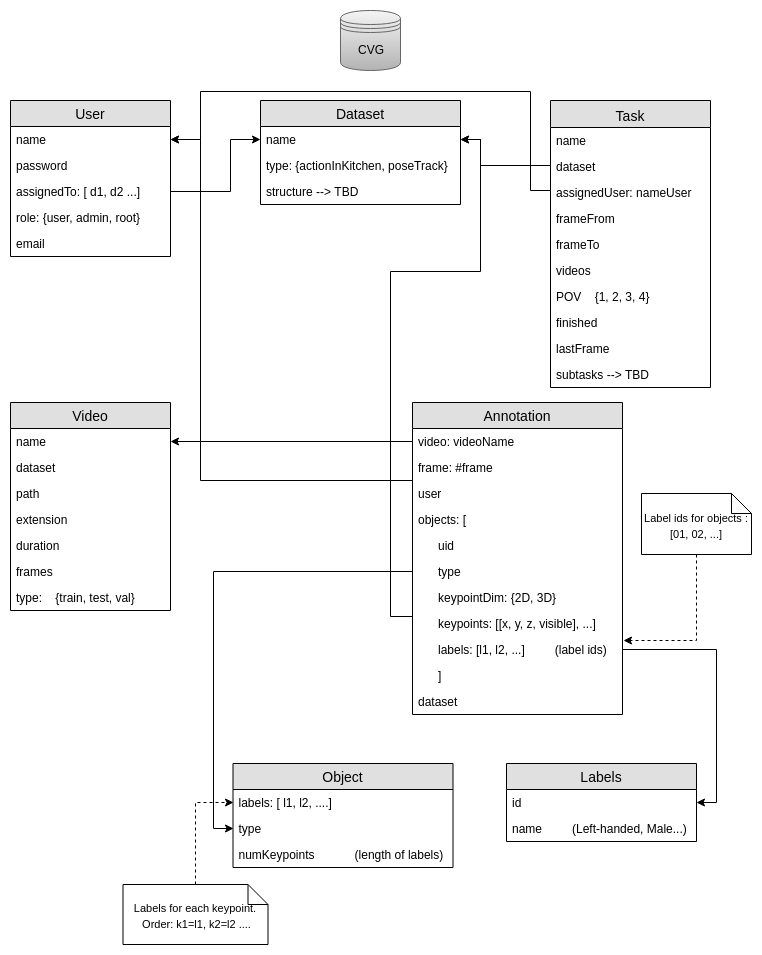
Before: images/CVG_BBDD.png, a diagram exported from draw.io (bonn-activity-maps/bam_annotation_tool). Source tidied: cells renumbered, new cells last; positions are measured from the earlier drawing's top-left corner, leaving out a move shared by most shapes.
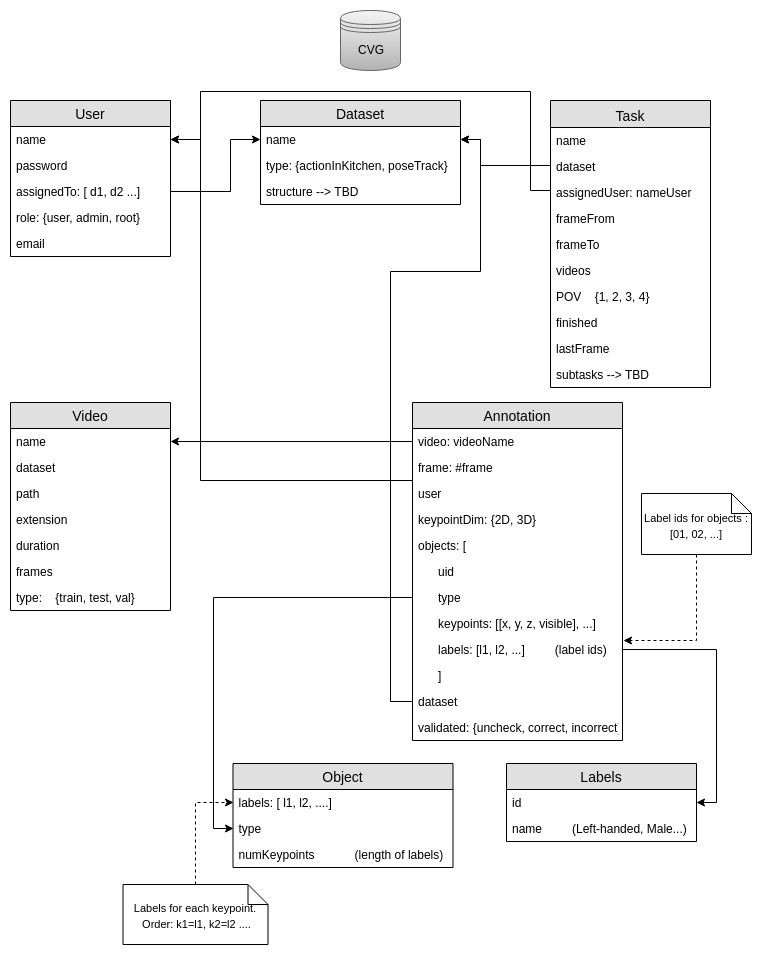
Above is the later version.

Commit message:
#13 Modify annotation management. Update db diagram

Diff of the diagram source:
```diff
@@ -44,7 +44,7 @@
       </mxGeometry>
     </mxCell>
     <mxCell id="14" value="Annotation" style="swimlane;fontStyle=0;horizontal=1;startSize=26;fillColor=#e0e0e0;swimlaneFillColor=#ffffff;align=center;fontSize=14;" parent="1" vertex="1">
-      <mxGeometry x="402" y="392" width="210" height="312" as="geometry" />
+      <mxGeometry x="402" y="392" width="210" height="338" as="geometry" />
     </mxCell>
     <mxCell id="15" value="video: videoName" style="text;strokeColor=none;fillColor=none;spacingLeft=4;spacingRight=4;overflow=hidden;points=[[0,0.5],[1,0.5]];portConstraint=eastwest;fontSize=12;" parent="14" vertex="1">
       <mxGeometry y="26" width="210" height="26" as="geometry" />
@@ -52,21 +52,21 @@
     <mxCell id="16" value="frame: #frame" style="text;strokeColor=none;fillColor=none;spacingLeft=4;spacingRight=4;overflow=hidden;fontSize=12;" parent="14" vertex="1">
       <mxGeometry y="52" width="210" height="26" as="geometry" />
     </mxCell>
+    <mxCell id="63" value="user" style="text;strokeColor=none;fillColor=none;spacingLeft=4;spacingRight=4;overflow=hidden;fontSize=12;" parent="14" vertex="1">
+      <mxGeometry y="78" width="210" height="26" as="geometry" />
+    </mxCell>
-    <mxCell id="17" value="user" style="text;strokeColor=none;fillColor=none;spacingLeft=4;spacingRight=4;overflow=hidden;points=[[0,0.5],[1,0.5]];portConstraint=eastwest;fontSize=12;" parent="14" vertex="1">
-      <mxGeometry y="78" width="210" height="26" as="geometry" />
+    <mxCell id="17" value="keypointDim: {2D, 3D}" style="text;strokeColor=none;fillColor=none;spacingLeft=4;spacingRight=4;overflow=hidden;points=[[0,0.5],[1,0.5]];portConstraint=eastwest;fontSize=12;" parent="14" vertex="1">
+      <mxGeometry y="104" width="210" height="26" as="geometry" />
     </mxCell>
     <mxCell id="18" value="objects: [" style="text;strokeColor=none;fillColor=none;spacingLeft=4;spacingRight=4;overflow=hidden;fontSize=12;" parent="14" vertex="1">
-      <mxGeometry y="104" width="210" height="26" as="geometry" />
+      <mxGeometry y="130" width="210" height="26" as="geometry" />
     </mxCell>
     <mxCell id="19" value="      uid" style="text;strokeColor=none;fillColor=none;spacingLeft=4;spacingRight=4;overflow=hidden;fontSize=12;" parent="14" vertex="1">
-      <mxGeometry y="130" width="210" height="26" as="geometry" />
+      <mxGeometry y="156" width="210" height="26" as="geometry" />
     </mxCell>
     <mxCell id="20" value="      type" style="text;strokeColor=none;fillColor=none;spacingLeft=4;spacingRight=4;overflow=hidden;points=[[0,0.5],[1,0.5]];portConstraint=eastwest;fontSize=12;" parent="14" vertex="1">
-      <mxGeometry y="156" width="210" height="26" as="geometry" />
+      <mxGeometry y="182" width="210" height="26" as="geometry" />
     </mxCell>
-    <mxCell id="21" value="      keypointDim: {2D, 3D}" style="text;strokeColor=none;fillColor=none;spacingLeft=4;spacingRight=4;overflow=hidden;fontSize=12;" parent="14" vertex="1">
-      <mxGeometry y="182" width="210" height="26" as="geometry" />
-    </mxCell>
     <mxCell id="22" value="      keypoints: [[x, y, z, visible], ...]" style="text;strokeColor=none;fillColor=none;spacingLeft=4;spacingRight=4;overflow=hidden;fontSize=12;" parent="14" vertex="1">
       <mxGeometry y="208" width="210" height="26" as="geometry" />
     </mxCell>
@@ -79,6 +79,9 @@
     <mxCell id="25" value="dataset" style="text;strokeColor=none;fillColor=none;spacingLeft=4;spacingRight=4;overflow=hidden;points=[[0,0.5],[1,0.5]];portConstraint=eastwest;fontSize=12;" parent="14" vertex="1">
       <mxGeometry y="286" width="210" height="26" as="geometry" />
     </mxCell>
+    <mxCell id="64" value="validated: {uncheck, correct, incorrect}&#10;" style="text;strokeColor=none;fillColor=none;spacingLeft=4;spacingRight=4;overflow=hidden;fontSize=12;" parent="14" vertex="1">
+      <mxGeometry y="312" width="210" height="26" as="geometry" />
+    </mxCell>
     <mxCell id="26" value="Object" style="swimlane;fontStyle=0;horizontal=1;startSize=26;fillColor=#e0e0e0;swimlaneFillColor=#ffffff;align=center;fontSize=14;" parent="1" vertex="1">
       <mxGeometry x="222.5" y="753" width="220" height="104" as="geometry" />
     </mxCell>
@@ -165,8 +168,7 @@
     <mxCell id="51" style="edgeStyle=orthogonalEdgeStyle;rounded=0;jettySize=auto;html=1;exitX=0;exitY=0.5;exitDx=0;exitDy=0;entryX=1;entryY=0.5;entryDx=0;entryDy=0;" parent="1" edge="1" source="25" target="10">
       <mxGeometry relative="1" as="geometry">
         <Array as="points">
-          <mxPoint x="402" y="606" />
-          <mxPoint x="380" y="606" />
+          <mxPoint x="380" y="691" />
           <mxPoint x="380" y="261" />
           <mxPoint x="470" y="261" />
           <mxPoint x="470" y="129" />
```
